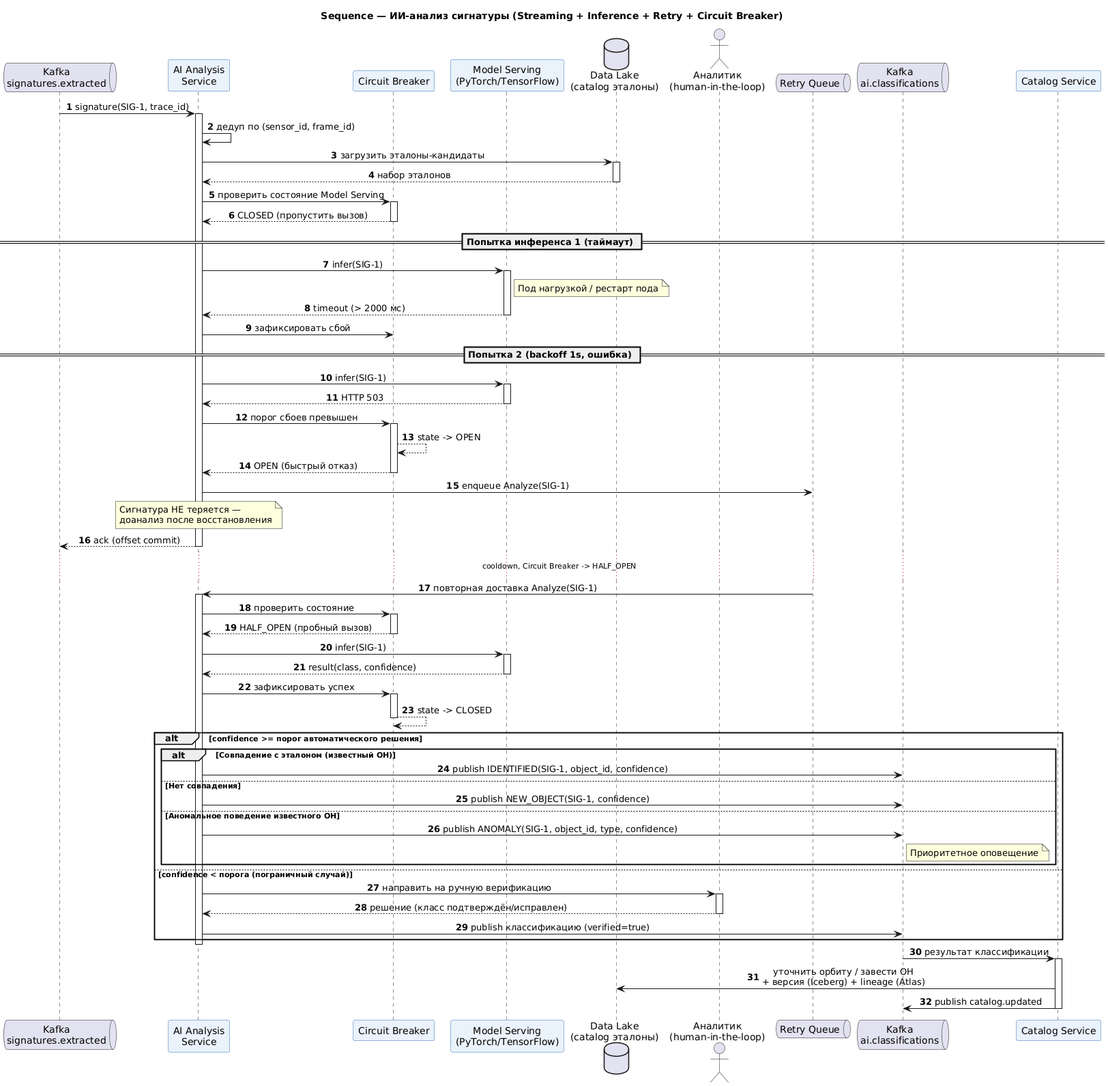
This is diagrams/rendered/sequence_ai_analysis.png from mak964-afk/space-surveillance-pipeline, a PlantUML export, as it was before one commit. Its diagram source:
```plantuml
@startuml sequence_ai_analysis
title Sequence — ИИ-анализ сигнатуры (Streaming + Inference + Retry + Circuit Breaker)

skinparam backgroundColor #FFFFFF
skinparam shadowing false
skinparam sequenceMessageAlign center
skinparam ParticipantBackgroundColor #EAF2FB
skinparam ParticipantBorderColor #2C6FB5

queue "Kafka\nsignatures.extracted" as KIn
participant "AI Analysis\nService" as AI
participant "Circuit Breaker" as CB
participant "Model Serving\n(PyTorch/TensorFlow)" as MS
database "Data Lake\n(catalog эталоны)" as DL
actor "Аналитик\n(human-in-the-loop)" as An
queue "Retry Queue" as RQ
queue "Kafka\nai.classifications" as KOut
participant "Catalog Service" as Cat

autonumber

KIn -> AI : signature(SIG-1, trace_id)
activate AI
AI -> AI : дедуп по (sensor_id, frame_id)
AI -> DL : загрузить эталоны-кандидаты
activate DL
DL --> AI : набор эталонов
deactivate DL

AI -> CB : проверить состояние Model Serving
activate CB
CB --> AI : CLOSED (пропустить вызов)
deactivate CB

== Попытка инференса 1 (таймаут) ==
AI -> MS : infer(SIG-1)
activate MS
note right of MS : Под нагрузкой / рестарт пода
MS --> AI : timeout (> 2000 мс)
deactivate MS
AI -> CB : зафиксировать сбой

== Попытка 2 (backoff 1s, ошибка) ==
AI -> MS : infer(SIG-1)
activate MS
MS --> AI : HTTP 503
deactivate MS
AI -> CB : порог сбоев превышен
activate CB
CB --> CB : state -> OPEN
CB --> AI : OPEN (быстрый отказ)
deactivate CB

AI -> RQ : enqueue Analyze(SIG-1)
note over AI : Сигнатура НЕ теряется —\nдоанализ после восстановления
AI --> KIn : ack (offset commit)
deactivate AI

... cooldown, Circuit Breaker -> HALF_OPEN ...

RQ -> AI : повторная доставка Analyze(SIG-1)
activate AI
AI -> CB : проверить состояние
activate CB
CB --> AI : HALF_OPEN (пробный вызов)
deactivate CB
AI -> MS : infer(SIG-1)
activate MS
MS --> AI : result(class, confidence)
deactivate MS
AI -> CB : зафиксировать успех
activate CB
CB --> CB : state -> CLOSED
deactivate CB

alt confidence >= порог автоматического решения
    alt Совпадение с эталоном (известный ОН)
        AI -> KOut : publish IDENTIFIED(SIG-1, object_id, confidence)
    else Нет совпадения
        AI -> KOut : publish NEW_OBJECT(SIG-1, confidence)
    else Аномальное поведение известного ОН
        AI -> KOut : publish ANOMALY(SIG-1, object_id, type, confidence)
        note right of KOut : Приоритетное оповещение
    end
else confidence < порога (пограничный случай)
    AI -> An : направить на ручную верификацию
    activate An
    An --> AI : решение (класс подтверждён/исправлен)
    deactivate An
    AI -> KOut : publish классификацию (verified=true)
end
deactivate AI

KOut -> Cat : результат классификации
activate Cat
Cat -> DL : уточнить орбиту / завести ОН\n+ версия (Iceberg) + lineage (Atlas)
Cat -> KOut : publish catalog.updated
deactivate Cat

@enduml
```
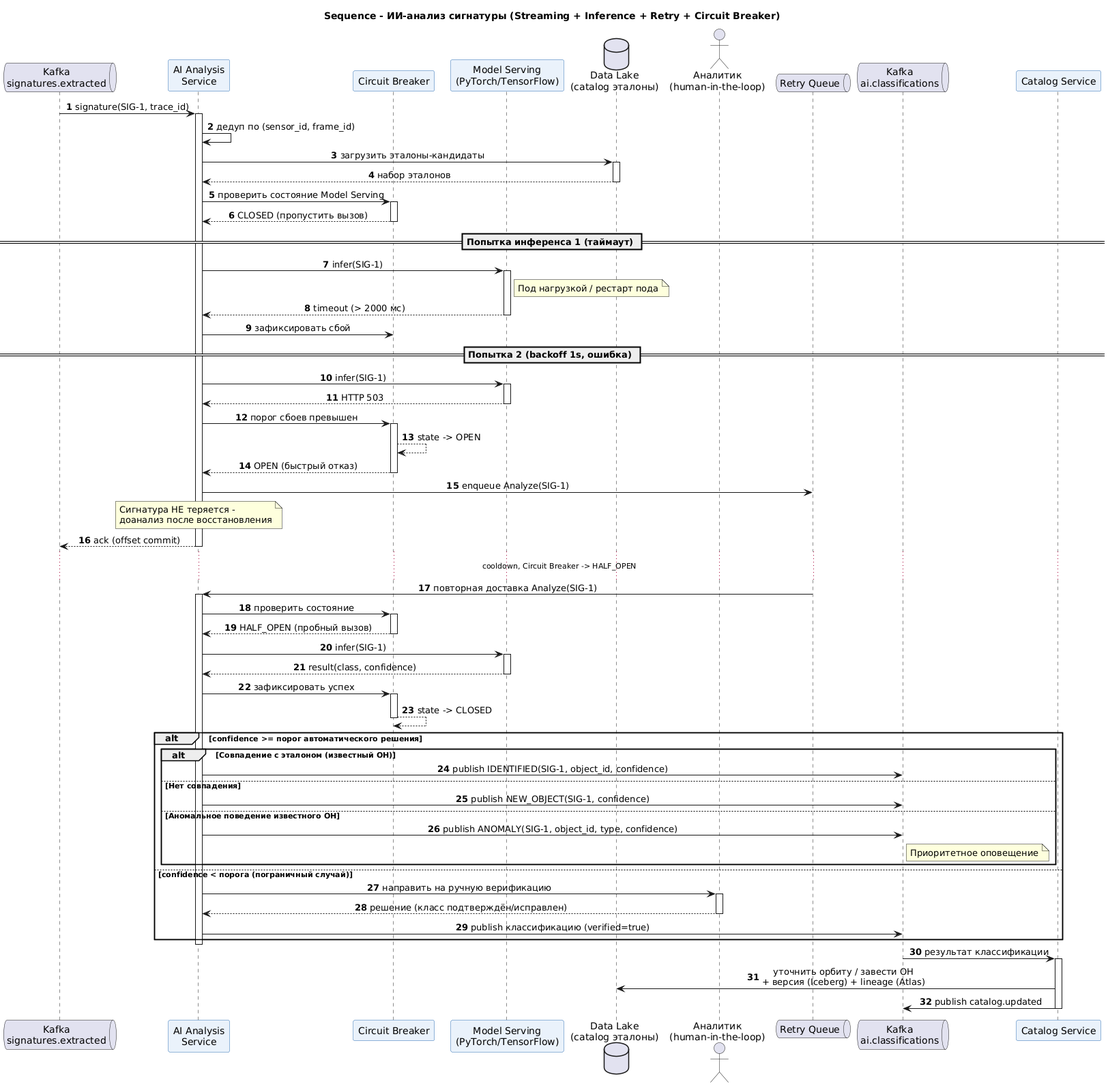
Later version of the same file.

Change to the diagram source:
```diff
@@ -1,5 +1,5 @@
 @startuml sequence_ai_analysis
-title Sequence — ИИ-анализ сигнатуры (Streaming + Inference + Retry + Circuit Breaker)
+title Sequence - ИИ-анализ сигнатуры (Streaming + Inference + Retry + Circuit Breaker)
 
 skinparam backgroundColor #FFFFFF
 skinparam shadowing false
@@ -52,7 +52,7 @@
 deactivate CB
 
 AI -> RQ : enqueue Analyze(SIG-1)
-note over AI : Сигнатура НЕ теряется —\nдоанализ после восстановления
+note over AI : Сигнатура НЕ теряется -\nдоанализ после восстановления
 AI --> KIn : ack (offset commit)
 deactivate AI
 
```
